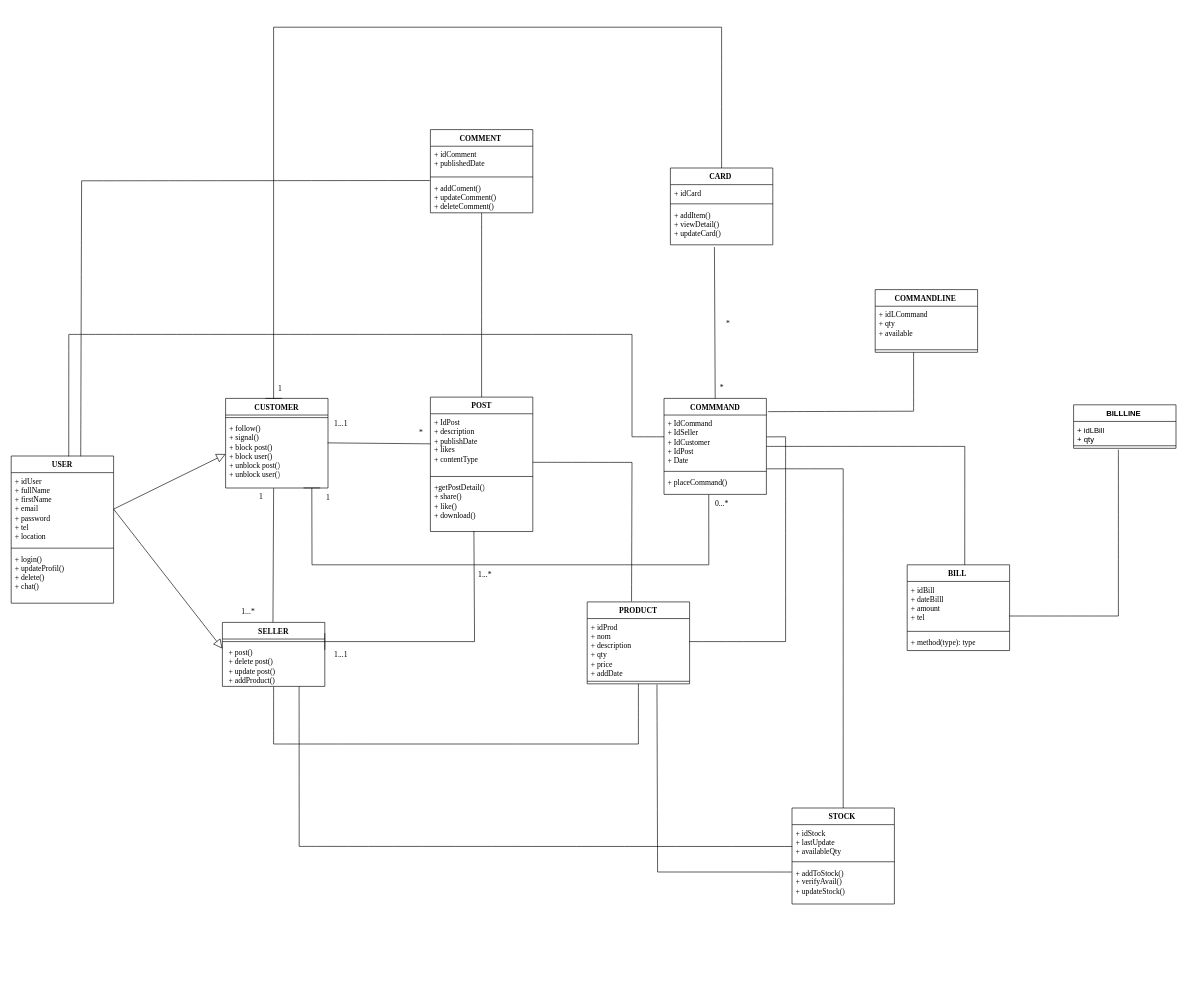
Above: page "class" (4 of 6) of TIkShopDataBase.drawio in Bryann-coder/FlashShop (draw.io), before the change. Source tidied: cells renumbered, new cells numbered last; positions are measured from the earlier drawing's top-left corner, leaving out a move shared by most shapes. Both pictures are drawn from the tidied source at 64%, with x=0, y=0 at pixel (11, 27).
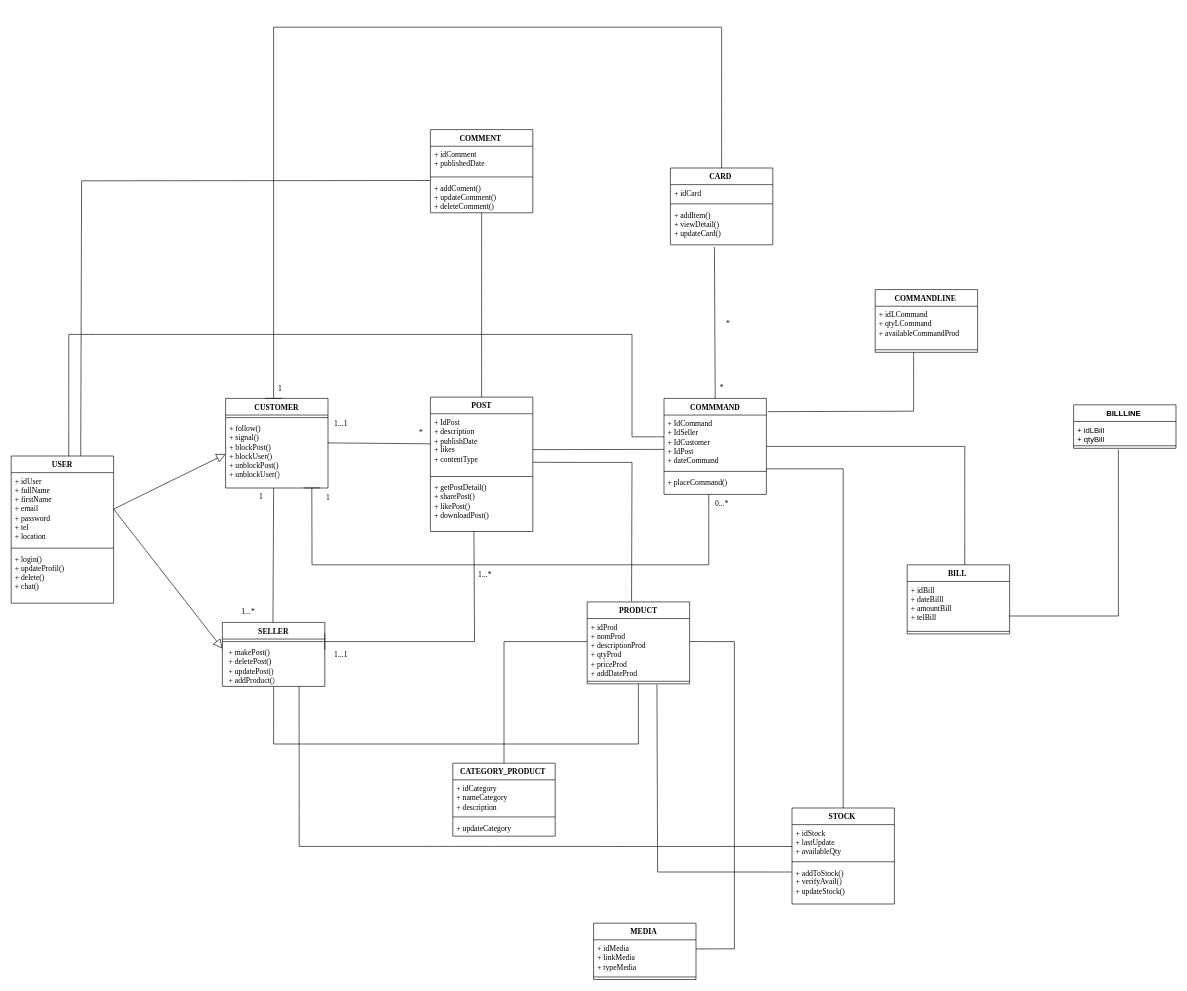
The same diagram, later.

Commit message:
update class diagram

The change refers to these unchanged cells:
```xml
<mxCell id="2" value="CUSTOMER" style="swimlane;fontStyle=1;align=center;verticalAlign=top;horizontal=1;startSize=26;whiteSpace=wrap;html=1;fontFamily=Times New Roman;" parent="1" vertex="1">
  <mxGeometry x="335" y="580" width="160" height="140" as="geometry" />
</mxCell>
<mxCell id="5" value="POST" style="swimlane;fontStyle=1;align=center;verticalAlign=top;horizontal=1;startSize=26;whiteSpace=wrap;html=1;fontFamily=Times New Roman;" parent="1" vertex="1">
  <mxGeometry x="655" y="578" width="160" height="210" as="geometry" />
</mxCell>
<mxCell id="6" value="+ IdPost&lt;div&gt;+ description&lt;/div&gt;&lt;div&gt;&lt;div&gt;+ publishDate&lt;/div&gt;&lt;/div&gt;&lt;div&gt;+ likes&lt;/div&gt;&lt;div&gt;+ contentType&lt;/div&gt;" style="text;strokeColor=none;fillColor=none;align=left;verticalAlign=top;spacingLeft=4;spacingRight=4;overflow=hidden;points=[[0,0.5],[1,0.5]];portConstraint=eastwest;whiteSpace=wrap;html=1;fontFamily=Times New Roman;" parent="5" vertex="1">
  <mxGeometry y="26" width="160" height="94" as="geometry" />
</mxCell>
<mxCell id="9" value="SELLER" style="swimlane;fontStyle=1;align=center;verticalAlign=top;horizontal=1;startSize=26;whiteSpace=wrap;html=1;fontFamily=Times New Roman;" parent="1" vertex="1">
  <mxGeometry x="330" y="930" width="160" height="100" as="geometry" />
</mxCell>
<mxCell id="18" value="COMMMAND" style="swimlane;fontStyle=1;align=center;verticalAlign=top;horizontal=1;startSize=26;whiteSpace=wrap;html=1;fontFamily=Times New Roman;" parent="1" vertex="1">
  <mxGeometry x="1020" y="580" width="160" height="150" as="geometry" />
</mxCell>
<mxCell id="39" value="PRODUCT" style="swimlane;fontStyle=1;align=center;verticalAlign=top;horizontal=1;startSize=26;whiteSpace=wrap;html=1;fontFamily=Times New Roman;" parent="1" vertex="1">
  <mxGeometry x="900" y="898" width="160" height="128" as="geometry" />
</mxCell>
<mxCell id="66" value="COMMANDLINE&amp;nbsp;" style="swimlane;fontStyle=1;align=center;verticalAlign=top;horizontal=1;startSize=26;whiteSpace=wrap;html=1;fontFamily=Times New Roman;" parent="1" vertex="1">
  <mxGeometry x="1350" y="410" width="160" height="98" as="geometry" />
</mxCell>
<mxCell id="77" value="BILLLINE&amp;nbsp;" style="swimlane;fontStyle=1;align=center;verticalAlign=top;horizontal=1;startSize=26;whiteSpace=wrap;html=1;" parent="1" vertex="1">
  <mxGeometry x="1660" y="590" width="160" height="68" as="geometry" />
</mxCell>
```

What changed in the source:
```diff
@@
-    <mxCell id="4" value="+ follow()&lt;div&gt;+ signal()&lt;/div&gt;&lt;div&gt;+ block post()&lt;/div&gt;&lt;div&gt;+ block user()&lt;/div&gt;&lt;div&gt;+ unblock post()&lt;/div&gt;&lt;div&gt;+ unblock user()&lt;/div&gt;" style="text;strokeColor=none;fillColor=none;align=left;verticalAlign=top;spacingLeft=4;spacingRight=4;overflow=hidden;points=[[0,0.5],[1,0.5]];portConstraint=eastwest;whiteSpace=wrap;html=1;fontFamily=Times New Roman;" parent="2" vertex="1">
+    <mxCell id="4" value="+ follow()&lt;div&gt;+ signal()&lt;/div&gt;&lt;div&gt;+ blockPost()&lt;/div&gt;&lt;div&gt;+ blockUser()&lt;/div&gt;&lt;div&gt;+ unblockPost()&lt;/div&gt;&lt;div&gt;+ unblockUser()&lt;/div&gt;" style="text;strokeColor=none;fillColor=none;align=left;verticalAlign=top;spacingLeft=4;spacingRight=4;overflow=hidden;points=[[0,0.5],[1,0.5]];portConstraint=eastwest;whiteSpace=wrap;html=1;fontFamily=Times New Roman;" parent="2" vertex="1">
       <mxGeometry y="34" width="160" height="106" as="geometry" />
     </mxCell>
@@
-    <mxCell id="8" value="&lt;div&gt;&lt;span style=&quot;background-color: initial;&quot;&gt;+getPostDetail()&lt;/span&gt;&lt;br&gt;&lt;/div&gt;&lt;div&gt;+ share()&lt;/div&gt;&lt;div&gt;+ like()&lt;/div&gt;&lt;div&gt;+ download()&lt;/div&gt;" style="text;strokeColor=none;fillColor=none;align=left;verticalAlign=top;spacingLeft=4;spacingRight=4;overflow=hidden;points=[[0,0.5],[1,0.5]];portConstraint=eastwest;whiteSpace=wrap;html=1;fontFamily=Times New Roman;" parent="5" vertex="1">
+    <mxCell id="8" value="&lt;div&gt;&lt;span style=&quot;background-color: initial;&quot;&gt;+ getPostDetail()&lt;/span&gt;&lt;br&gt;&lt;/div&gt;&lt;div&gt;+ sharePost()&lt;/div&gt;&lt;div&gt;+ likePost()&lt;/div&gt;&lt;div&gt;+ downloadPost()&lt;/div&gt;" style="text;strokeColor=none;fillColor=none;align=left;verticalAlign=top;spacingLeft=4;spacingRight=4;overflow=hidden;points=[[0,0.5],[1,0.5]];portConstraint=eastwest;whiteSpace=wrap;html=1;fontFamily=Times New Roman;" parent="5" vertex="1">
       <mxGeometry y="128" width="160" height="82" as="geometry" />
     </mxCell>
@@
-    <mxCell id="11" value="&lt;p style=&quot;margin: 0px 0px 0px 4px;&quot;&gt;+ post()&lt;/p&gt;&lt;p style=&quot;margin: 0px 0px 0px 4px;&quot;&gt;+ delete post()&lt;/p&gt;&lt;p style=&quot;margin: 0px 0px 0px 4px;&quot;&gt;+ update post()&lt;/p&gt;&lt;p style=&quot;margin: 0px 0px 0px 4px;&quot;&gt;+ addProduct()&lt;/p&gt;&lt;p style=&quot;margin: 0px 0px 0px 4px;&quot;&gt;&lt;br&gt;&lt;/p&gt;&lt;p style=&quot;margin: 0px 0px 0px 4px;&quot;&gt;&lt;br&gt;&lt;/p&gt;" style="text;strokeColor=none;fillColor=none;align=left;verticalAlign=top;spacingLeft=4;spacingRight=4;overflow=hidden;points=[[0,0.5],[1,0.5]];portConstraint=eastwest;whiteSpace=wrap;html=1;fontFamily=Times New Roman;" parent="9" vertex="1">
+    <mxCell id="11" value="&lt;p style=&quot;margin: 0px 0px 0px 4px;&quot;&gt;+ makePost()&lt;/p&gt;&lt;p style=&quot;margin: 0px 0px 0px 4px;&quot;&gt;+ deletePost()&lt;/p&gt;&lt;p style=&quot;margin: 0px 0px 0px 4px;&quot;&gt;+ updatePost()&lt;/p&gt;&lt;p style=&quot;margin: 0px 0px 0px 4px;&quot;&gt;+ addProduct()&lt;/p&gt;&lt;p style=&quot;margin: 0px 0px 0px 4px;&quot;&gt;&lt;br&gt;&lt;/p&gt;&lt;p style=&quot;margin: 0px 0px 0px 4px;&quot;&gt;&lt;br&gt;&lt;/p&gt;" style="text;strokeColor=none;fillColor=none;align=left;verticalAlign=top;spacingLeft=4;spacingRight=4;overflow=hidden;points=[[0,0.5],[1,0.5]];portConstraint=eastwest;whiteSpace=wrap;html=1;fontFamily=Times New Roman;" parent="9" vertex="1">
       <mxGeometry y="34" width="160" height="66" as="geometry" />
     </mxCell>
@@
-    <mxCell id="19" value="+ IdCommand&lt;div&gt;+ IdSeller&lt;/div&gt;&lt;div&gt;+ IdCustomer&lt;/div&gt;&lt;div&gt;+ IdPost&lt;/div&gt;&lt;div&gt;+ Date&lt;/div&gt;" style="text;strokeColor=none;fillColor=none;align=left;verticalAlign=top;spacingLeft=4;spacingRight=4;overflow=hidden;points=[[0,0.5],[1,0.5]];portConstraint=eastwest;whiteSpace=wrap;html=1;fontFamily=Times New Roman;" parent="18" vertex="1">
+    <mxCell id="19" value="+ IdCommand&lt;div&gt;+ IdSeller&lt;/div&gt;&lt;div&gt;+ IdCustomer&lt;/div&gt;&lt;div&gt;+ IdPost&lt;/div&gt;&lt;div&gt;+ dateCommand&lt;/div&gt;" style="text;strokeColor=none;fillColor=none;align=left;verticalAlign=top;spacingLeft=4;spacingRight=4;overflow=hidden;points=[[0,0.5],[1,0.5]];portConstraint=eastwest;whiteSpace=wrap;html=1;fontFamily=Times New Roman;" parent="18" vertex="1">
       <mxGeometry y="26" width="160" height="84" as="geometry" />
     </mxCell>
@@
-    <mxCell id="40" value="+ idProd&lt;div&gt;+ nom&amp;nbsp;&lt;div&gt;+ description&lt;/div&gt;&lt;div&gt;+ qty&lt;/div&gt;&lt;div&gt;+ price&amp;nbsp;&lt;/div&gt;&lt;/div&gt;&lt;div&gt;+ addDate&amp;nbsp;&lt;/div&gt;" style="text;strokeColor=none;fillColor=none;align=left;verticalAlign=top;spacingLeft=4;spacingRight=4;overflow=hidden;points=[[0,0.5],[1,0.5]];portConstraint=eastwest;whiteSpace=wrap;html=1;fontFamily=Times New Roman;" parent="39" vertex="1">
+    <mxCell id="40" value="+ idProd&lt;div&gt;+ nomProd&amp;nbsp;&lt;div&gt;+ descriptionProd&lt;/div&gt;&lt;div&gt;+ qtyProd&lt;/div&gt;&lt;div&gt;+ priceProd&lt;/div&gt;&lt;/div&gt;&lt;div&gt;+ addDateProd&amp;nbsp;&lt;/div&gt;" style="text;strokeColor=none;fillColor=none;align=left;verticalAlign=top;spacingLeft=4;spacingRight=4;overflow=hidden;points=[[0,0.5],[1,0.5]];portConstraint=eastwest;whiteSpace=wrap;html=1;fontFamily=Times New Roman;" parent="39" vertex="1">
       <mxGeometry y="26" width="160" height="94" as="geometry" />
     </mxCell>
@@
-    <mxCell id="44" style="endArrow=none;html=1;rounded=0;fontSize=12;startSize=8;endSize=8;curved=1;fontFamily=Times New Roman;" parent="1" edge="1">
-      <mxGeometry relative="1" as="geometry">
-        <mxPoint x="1059" y="960" as="sourcePoint" />
-        <mxPoint x="1210" y="960" as="targetPoint" />
-      </mxGeometry>
-    </mxCell>
-    <mxCell id="45" style="endArrow=none;html=1;rounded=0;fontSize=12;startSize=8;endSize=8;curved=1;fontFamily=Times New Roman;" parent="1" edge="1">
-      <mxGeometry relative="1" as="geometry">
-        <mxPoint x="1210" y="640" as="sourcePoint" />
-        <mxPoint x="1210" y="960" as="targetPoint" />
-      </mxGeometry>
-    </mxCell>
-    <mxCell id="46" style="endArrow=none;html=1;rounded=0;fontSize=12;startSize=8;endSize=8;curved=1;exitX=1.001;exitY=0.406;exitDx=0;exitDy=0;exitPerimeter=0;fontFamily=Times New Roman;" parent="1" edge="1" source="19">
-      <mxGeometry relative="1" as="geometry">
-        <mxPoint x="1210" y="640" as="targetPoint" />
-      </mxGeometry>
-    </mxCell>
@@
-    <mxCell id="67" value="+ idLCommand&lt;div&gt;+ qty&amp;nbsp;&lt;/div&gt;&lt;div&gt;+ available&amp;nbsp;&amp;nbsp;&lt;div&gt;&lt;br&gt;&lt;/div&gt;&lt;/div&gt;" style="text;strokeColor=none;fillColor=none;align=left;verticalAlign=top;spacingLeft=4;spacingRight=4;overflow=hidden;whiteSpace=wrap;html=1;fontFamily=Times New Roman;" parent="66" vertex="1">
+    <mxCell id="67" value="+ idLCommand&lt;div&gt;+ qtyLCommand&amp;nbsp;&lt;/div&gt;&lt;div&gt;+ availableCommandProd&lt;div&gt;&lt;br&gt;&lt;/div&gt;&lt;/div&gt;" style="text;strokeColor=none;fillColor=none;align=left;verticalAlign=top;spacingLeft=4;spacingRight=4;overflow=hidden;whiteSpace=wrap;html=1;fontFamily=Times New Roman;" parent="66" vertex="1">
       <mxGeometry y="26" width="160" height="64" as="geometry" />
     </mxCell>
@@
     <mxCell id="71" value="BILL&amp;nbsp;" style="swimlane;fontStyle=1;align=center;verticalAlign=top;horizontal=1;startSize=26;whiteSpace=wrap;html=1;fontFamily=Times New Roman;" parent="1" vertex="1">
-      <mxGeometry x="1400" y="840" width="160" height="134" as="geometry" />
+      <mxGeometry x="1400" y="840" width="160" height="108" as="geometry" />
     </mxCell>
-    <mxCell id="72" value="+ idBill&lt;div&gt;+ dateBilll&lt;/div&gt;&lt;div&gt;+ amount&amp;nbsp;&lt;/div&gt;&lt;div&gt;+ tel&lt;/div&gt;&lt;div&gt;&lt;br&gt;&lt;/div&gt;" style="text;strokeColor=none;fillColor=none;align=left;verticalAlign=top;spacingLeft=4;spacingRight=4;overflow=hidden;points=[[0,0.5],[1,0.5]];portConstraint=eastwest;whiteSpace=wrap;html=1;fontFamily=Times New Roman;" parent="71" vertex="1">
+    <mxCell id="72" value="+ idBill&lt;div&gt;+ dateBilll&lt;/div&gt;&lt;div&gt;+ amountBill&amp;nbsp;&lt;/div&gt;&lt;div&gt;+ telBill&lt;/div&gt;&lt;div&gt;&lt;br&gt;&lt;/div&gt;" style="text;strokeColor=none;fillColor=none;align=left;verticalAlign=top;spacingLeft=4;spacingRight=4;overflow=hidden;points=[[0,0.5],[1,0.5]];portConstraint=eastwest;whiteSpace=wrap;html=1;fontFamily=Times New Roman;" parent="71" vertex="1">
       <mxGeometry y="26" width="160" height="74" as="geometry" />
     </mxCell>
@@
-    <mxCell id="74" value="+ method(type): type" style="text;strokeColor=none;fillColor=none;align=left;verticalAlign=top;spacingLeft=4;spacingRight=4;overflow=hidden;whiteSpace=wrap;html=1;fontFamily=Times New Roman;" parent="71" vertex="1">
-      <mxGeometry y="108" width="160" height="26" as="geometry" />
-    </mxCell>
@@
-    <mxCell id="78" value="+ idLBill&lt;div&gt;+ qty&lt;/div&gt;" style="text;strokeColor=none;fillColor=none;align=left;verticalAlign=top;spacingLeft=4;spacingRight=4;overflow=hidden;whiteSpace=wrap;html=1;" parent="77" vertex="1">
+    <mxCell id="78" value="+ idLBill&lt;div&gt;+ qtyBill&lt;/div&gt;" style="text;strokeColor=none;fillColor=none;align=left;verticalAlign=top;spacingLeft=4;spacingRight=4;overflow=hidden;whiteSpace=wrap;html=1;" parent="77" vertex="1">
       <mxGeometry y="26" width="160" height="34" as="geometry" />
     </mxCell>
@@
+    <mxCell id="92" style="endArrow=none;html=1;rounded=0;exitX=0.999;exitY=0.596;exitDx=0;exitDy=0;entryX=-0.003;entryY=0.639;entryDx=0;entryDy=0;entryPerimeter=0;exitPerimeter=0;" parent="1" edge="1" source="6" target="19">
+      <mxGeometry relative="1" as="geometry" />
+    </mxCell>
+    <mxCell id="93" value="CATEGORY_PRODUCT&amp;nbsp;" style="swimlane;fontStyle=1;align=center;verticalAlign=top;horizontal=1;startSize=26;whiteSpace=wrap;html=1;fontFamily=Times New Roman;" parent="1" vertex="1">
+      <mxGeometry x="690" y="1150" width="160" height="114" as="geometry" />
+    </mxCell>
+    <mxCell id="94" value="+ idCategory&amp;nbsp;&lt;div&gt;+ nameCategory&lt;/div&gt;&lt;div&gt;+ description&lt;/div&gt;" style="text;strokeColor=none;fillColor=none;align=left;verticalAlign=top;spacingLeft=4;spacingRight=4;overflow=hidden;whiteSpace=wrap;html=1;fontFamily=Times New Roman;" parent="93" vertex="1">
+      <mxGeometry y="26" width="160" height="54" as="geometry" />
+    </mxCell>
+    <mxCell id="95" style="line;strokeWidth=1;fillColor=none;align=left;verticalAlign=middle;spacingTop=-1;spacingLeft=3;spacingRight=3;labelPosition=right;strokeColor=inherit;fontFamily=Times New Roman;" parent="93" vertex="1">
+      <mxGeometry y="80" width="160" height="8" as="geometry" />
+    </mxCell>
+    <mxCell id="96" value="+ updateCategory" style="text;strokeColor=none;fillColor=none;align=left;verticalAlign=top;spacingLeft=4;spacingRight=4;overflow=hidden;whiteSpace=wrap;html=1;fontFamily=Times New Roman;" parent="93" vertex="1">
+      <mxGeometry y="88" width="160" height="26" as="geometry" />
+    </mxCell>
+    <mxCell id="97" style="endArrow=none;html=1;rounded=0;exitX=0.5;exitY=0;exitDx=0;exitDy=0;" parent="1" edge="1" source="93">
+      <mxGeometry relative="1" as="geometry">
+        <mxPoint x="770" y="960" as="targetPoint" />
+      </mxGeometry>
+    </mxCell>
+    <mxCell id="98" style="endArrow=none;html=1;rounded=0;entryX=0;entryY=0.383;entryDx=0;entryDy=0;entryPerimeter=0;" parent="1" edge="1" target="40">
+      <mxGeometry relative="1" as="geometry">
+        <mxPoint x="770" y="960" as="sourcePoint" />
+      </mxGeometry>
+    </mxCell>
+    <mxCell id="99" value="MEDIA&amp;nbsp;" style="swimlane;fontStyle=1;align=center;verticalAlign=top;horizontal=1;startSize=26;whiteSpace=wrap;html=1;fontFamily=Times New Roman;" parent="1" vertex="1">
+      <mxGeometry x="910" y="1400" width="160" height="88" as="geometry" />
+    </mxCell>
+    <mxCell id="100" value="+ idMedia&lt;div&gt;+ linkMedia&amp;nbsp;&lt;/div&gt;&lt;div&gt;+ typeMedia&lt;/div&gt;" style="text;strokeColor=none;fillColor=none;align=left;verticalAlign=top;spacingLeft=4;spacingRight=4;overflow=hidden;points=[[0,0.5],[1,0.5]];portConstraint=eastwest;whiteSpace=wrap;html=1;fontFamily=Times New Roman;" parent="99" vertex="1">
+      <mxGeometry y="26" width="160" height="54" as="geometry" />
+    </mxCell>
+    <mxCell id="101" style="line;strokeWidth=1;fillColor=none;align=left;verticalAlign=middle;spacingTop=-1;spacingLeft=3;spacingRight=3;labelPosition=right;strokeColor=inherit;fontFamily=Times New Roman;" parent="99" vertex="1">
+      <mxGeometry y="80" width="160" height="8" as="geometry" />
+    </mxCell>
+    <mxCell id="102" style="endArrow=none;html=1;rounded=0;exitX=1.001;exitY=0.263;exitDx=0;exitDy=0;exitPerimeter=0;" parent="1" edge="1" source="100">
+      <mxGeometry relative="1" as="geometry">
+        <mxPoint x="1130" y="1440" as="targetPoint" />
+      </mxGeometry>
+    </mxCell>
+    <mxCell id="103" style="endArrow=none;html=1;rounded=0;" parent="1" edge="1">
+      <mxGeometry relative="1" as="geometry">
+        <mxPoint x="1130" y="1440" as="sourcePoint" />
+        <mxPoint x="1130" y="960" as="targetPoint" />
+      </mxGeometry>
+    </mxCell>
+    <mxCell id="104" style="endArrow=none;html=1;rounded=0;exitX=0.999;exitY=0.382;exitDx=0;exitDy=0;exitPerimeter=0;" parent="1" edge="1" source="40">
+      <mxGeometry relative="1" as="geometry">
+        <mxPoint x="1130" y="960" as="targetPoint" />
+      </mxGeometry>
+    </mxCell>
```
